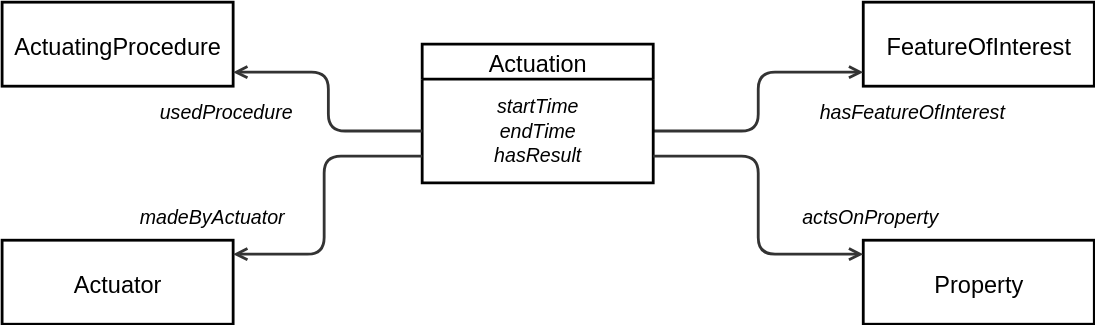
w3c/sdw-sosa-ssn keeps this draw.io diagram as ssn/images/Actuation-overview.svg. Above is the earlier version. Source tidied: cells renumbered, new cells last; positions are measured from the earlier drawing's top-left corner, leaving out a move shared by most shapes. Its diagram source:
```xml
<mxGraphModel>
  <root>
    <mxCell id="0" />
    <mxCell id="1" parent="0" />
    <mxCell id="2" value="FeatureOfInterest" style="html=1;overflow=block;blockSpacing=1;whiteSpace=wrap;fontSize=16.8;align=center;spacing=0;strokeOpacity=100;fillColor=none;strokeWidth=2;fontColor=default;convertToSvg=1;" parent="1" vertex="1">
      <mxGeometry x="615" width="165" height="60" as="geometry" />
    </mxCell>
    <mxCell id="3" value="ActuatingProcedure" style="html=1;overflow=block;blockSpacing=1;whiteSpace=wrap;fontSize=16.8;align=center;spacing=0;strokeOpacity=100;fillColor=none;strokeWidth=2;fontColor=default;convertToSvg=1;" parent="1" vertex="1">
      <mxGeometry width="165" height="60" as="geometry" />
    </mxCell>
    <mxCell id="4" style="html=1;jettySize=18;whiteSpace=wrap;fontSize=13;strokeColor=#333333;strokeOpacity=100;strokeWidth=2;rounded=1;arcSize=24;edgeStyle=orthogonalEdgeStyle;startArrow=none;endArrow=open;lucidId=~07gIvk_i6wY;fontColor=default;convertToSvg=1;" parent="1" edge="1" source="7" target="2">
      <mxGeometry relative="1" as="geometry">
        <Array as="points">
          <mxPoint x="540" y="92" />
          <mxPoint x="540" y="50" />
        </Array>
      </mxGeometry>
    </mxCell>
    <mxCell id="5" value="&lt;font style=&quot;font-size: 14px;&quot;&gt;hasFeatureOfInterest&lt;/font&gt;" style="html=1;overflow=block;blockSpacing=1;whiteSpace=wrap;fontSize=15.2;fontColor=default;fontStyle=2;align=center;spacing=0;strokeColor=none;strokeOpacity=100;fillOpacity=100;fillColor=none;strokeWidth=2;lucidId=o17gQQJ62XIS;convertToSvg=1;" parent="1" vertex="1">
      <mxGeometry x="560" y="54" width="180" height="45" as="geometry" />
    </mxCell>
    <mxCell id="6" value="Actuation" style="html=1;overflow=block;blockSpacing=1;swimlane;horizontal=1;fontStyle=0;swimlaneFillColor=none;startSize=25;whiteSpace=wrap;fontSize=16.8;align=center;spacing=0;strokeOpacity=100;fillColor=none;strokeWidth=2;fontColor=default;convertToSvg=1;" parent="1" vertex="1">
      <mxGeometry x="300" y="30" width="165" height="99" as="geometry" />
    </mxCell>
    <mxCell id="7" value="&lt;div style=&quot;display: flex; justify-content: center; text-align: center; align-items: baseline; line-height: 1.25; margin-top: -2px;&quot;&gt;&lt;span style=&quot;font-style: italic;&quot;&gt;&lt;font style=&quot;font-size: 14px;&quot;&gt;startTime&lt;br&gt;&lt;/font&gt;&lt;/span&gt;&lt;/div&gt;&lt;div style=&quot;display: flex; justify-content: center; text-align: center; align-items: baseline; line-height: 1.25; margin-top: -2px;&quot;&gt;&lt;span&gt;&lt;span style=&quot;font-style: italic;&quot;&gt;&lt;font style=&quot;font-size: 14px;&quot;&gt;endTime&lt;br&gt;&lt;/font&gt;&lt;/span&gt;&lt;/span&gt;&lt;/div&gt;&lt;div style=&quot;display: flex; justify-content: center; text-align: center; align-items: baseline; line-height: 1.25; margin-top: -2px;&quot;&gt;&lt;span style=&quot;font-style: italic;&quot;&gt;&lt;font style=&quot;font-size: 14px;&quot;&gt;hasResult&lt;/font&gt;&lt;/span&gt;&lt;/div&gt;" style="html=1;strokeColor=none;fillColor=none;verticalAlign=middle;spacingLeft=4;spacingRight=4;overflow=hidden;points=[[0,0.5],[1,0.5]];portConstraint=eastwest;swimlaneFillColor=#unset;strokeOpacity=100;whiteSpace=wrap;fontSize=15.2;fontStyle=2;align=center;fontColor=default;convertToSvg=1;strokeWidth=2;" parent="6" vertex="1">
      <mxGeometry y="25" width="165" height="74" as="geometry" />
    </mxCell>
    <mxCell id="8" value="Actuator" style="html=1;overflow=block;blockSpacing=1;whiteSpace=wrap;fontSize=16.8;align=center;spacing=0;strokeOpacity=100;fillColor=none;strokeWidth=2;fontColor=default;convertToSvg=1;" parent="1" vertex="1">
      <mxGeometry y="170" width="165" height="60" as="geometry" />
    </mxCell>
    <mxCell id="9" style="html=1;jettySize=18;whiteSpace=wrap;fontSize=13;strokeColor=#333333;strokeOpacity=100;strokeWidth=2;rounded=1;arcSize=24;edgeStyle=orthogonalEdgeStyle;startArrow=none;endArrow=open;lucidId=pEnhoM4dJrAu;fontColor=default;convertToSvg=1;" parent="1" edge="1" source="7" target="8">
      <mxGeometry relative="1" as="geometry">
        <Array as="points">
          <mxPoint x="230" y="110" />
          <mxPoint x="230" y="180" />
        </Array>
      </mxGeometry>
    </mxCell>
    <mxCell id="10" value="&lt;font style=&quot;font-size: 14px;&quot;&gt;madeByActuator&lt;/font&gt;" style="html=1;overflow=block;blockSpacing=1;whiteSpace=wrap;fontSize=15.2;fontColor=default;fontStyle=2;align=center;spacing=0;strokeColor=none;strokeOpacity=100;fillOpacity=100;fillColor=none;strokeWidth=2;lucidId=REnh4P5LXUKC;convertToSvg=1;" parent="1" vertex="1">
      <mxGeometry x="60" y="129" width="180" height="45" as="geometry" />
    </mxCell>
    <mxCell id="11" style="html=1;jettySize=18;whiteSpace=wrap;fontSize=13;strokeColor=#333333;strokeOpacity=100;strokeWidth=2;rounded=1;arcSize=24;edgeStyle=orthogonalEdgeStyle;startArrow=none;endArrow=open;lucidId=_EnhHLSaz8x5;fontColor=default;convertToSvg=1;" parent="1" edge="1" source="7" target="3">
      <mxGeometry relative="1" as="geometry">
        <Array as="points">
          <mxPoint x="233" y="92" />
          <mxPoint x="233" y="50" />
        </Array>
      </mxGeometry>
    </mxCell>
    <mxCell id="12" value="&lt;font style=&quot;font-size: 14px;&quot;&gt;usedProcedure&lt;/font&gt;" style="html=1;overflow=block;blockSpacing=1;whiteSpace=wrap;fontSize=15.2;fontColor=default;fontStyle=2;align=center;spacing=0;strokeColor=none;strokeOpacity=100;fillOpacity=100;fillColor=none;strokeWidth=2;lucidId=pFnhXCzcV6r5;convertToSvg=1;" parent="1" vertex="1">
      <mxGeometry x="70" y="54" width="180" height="45" as="geometry" />
    </mxCell>
    <mxCell id="13" value="Property" style="html=1;overflow=block;blockSpacing=1;whiteSpace=wrap;fontSize=16.8;align=center;spacing=0;strokeOpacity=100;fillColor=none;strokeWidth=2;fontColor=default;convertToSvg=1;" parent="1" vertex="1">
      <mxGeometry x="615" y="170" width="165" height="60" as="geometry" />
    </mxCell>
    <mxCell id="14" style="html=1;jettySize=18;whiteSpace=wrap;fontSize=13;strokeColor=#333333;strokeOpacity=100;strokeWidth=2;rounded=1;arcSize=24;edgeStyle=orthogonalEdgeStyle;startArrow=none;endArrow=open;lucidId=rHnhzhYCxNac;fontColor=default;convertToSvg=1;" parent="1" edge="1" source="7" target="13">
      <mxGeometry relative="1" as="geometry">
        <Array as="points">
          <mxPoint x="540" y="110" />
          <mxPoint x="540" y="180" />
        </Array>
      </mxGeometry>
    </mxCell>
    <mxCell id="15" value="&lt;font style=&quot;font-size: 14px;&quot;&gt;actsOnProperty&lt;/font&gt;" style="html=1;overflow=block;blockSpacing=1;whiteSpace=wrap;fontSize=15.2;fontColor=default;fontStyle=2;align=center;spacing=0;strokeColor=none;strokeOpacity=100;fillOpacity=100;fillColor=none;strokeWidth=2;lucidId=uHnhI1piTKAt;convertToSvg=1;" parent="1" vertex="1">
      <mxGeometry x="530" y="129" width="180" height="45" as="geometry" />
    </mxCell>
  </root>
</mxGraphModel>
```
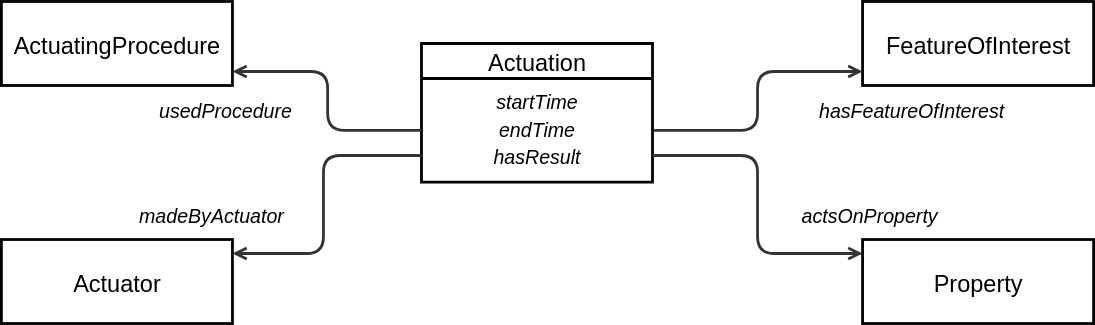
After the change.

What changed in the source:
```diff
@@ -22,7 +22,7 @@
     <mxCell id="6" value="Actuation" style="html=1;overflow=block;blockSpacing=1;swimlane;horizontal=1;fontStyle=0;swimlaneFillColor=none;startSize=25;whiteSpace=wrap;fontSize=16.8;align=center;spacing=0;strokeOpacity=100;fillColor=none;strokeWidth=2;fontColor=default;convertToSvg=1;" parent="1" vertex="1">
       <mxGeometry x="300" y="30" width="165" height="99" as="geometry" />
     </mxCell>
-    <mxCell id="7" value="&lt;div style=&quot;display: flex; justify-content: center; text-align: center; align-items: baseline; line-height: 1.25; margin-top: -2px;&quot;&gt;&lt;span style=&quot;font-style: italic;&quot;&gt;&lt;font style=&quot;font-size: 14px;&quot;&gt;startTime&lt;br&gt;&lt;/font&gt;&lt;/span&gt;&lt;/div&gt;&lt;div style=&quot;display: flex; justify-content: center; text-align: center; align-items: baseline; line-height: 1.25; margin-top: -2px;&quot;&gt;&lt;span&gt;&lt;span style=&quot;font-style: italic;&quot;&gt;&lt;font style=&quot;font-size: 14px;&quot;&gt;endTime&lt;br&gt;&lt;/font&gt;&lt;/span&gt;&lt;/span&gt;&lt;/div&gt;&lt;div style=&quot;display: flex; justify-content: center; text-align: center; align-items: baseline; line-height: 1.25; margin-top: -2px;&quot;&gt;&lt;span style=&quot;font-style: italic;&quot;&gt;&lt;font style=&quot;font-size: 14px;&quot;&gt;hasResult&lt;/font&gt;&lt;/span&gt;&lt;/div&gt;" style="html=1;strokeColor=none;fillColor=none;verticalAlign=middle;spacingLeft=4;spacingRight=4;overflow=hidden;points=[[0,0.5],[1,0.5]];portConstraint=eastwest;swimlaneFillColor=#unset;strokeOpacity=100;whiteSpace=wrap;fontSize=15.2;fontStyle=2;align=center;fontColor=default;convertToSvg=1;strokeWidth=2;" parent="6" vertex="1">
+    <mxCell id="7" value="&lt;div style=&quot;display: flex; justify-content: center; text-align: center; align-items: baseline; line-height: 1.25; margin-top: -2px;&quot;&gt;&lt;span style=&quot;font-style: italic;&quot;&gt;&lt;font style=&quot;font-size: 14px;&quot;&gt;startTime&lt;br&gt;&lt;/font&gt;&lt;span style=&quot;font-size: 14px; background-color: transparent; color: light-dark(rgb(0, 0, 0), rgb(255, 255, 255));&quot;&gt;endTime&lt;br&gt;&lt;/span&gt;&lt;span style=&quot;font-size: 14px; background-color: transparent; color: light-dark(rgb(0, 0, 0), rgb(255, 255, 255));&quot;&gt;hasResult&lt;/span&gt;&lt;/span&gt;&lt;/div&gt;" style="html=1;strokeColor=none;fillColor=none;verticalAlign=middle;spacingLeft=4;spacingRight=4;overflow=hidden;points=[[0,0.5],[1,0.5]];portConstraint=eastwest;swimlaneFillColor=#unset;strokeOpacity=100;whiteSpace=wrap;fontSize=15.2;fontStyle=2;align=center;fontColor=default;convertToSvg=1;strokeWidth=2;" parent="6" vertex="1">
       <mxGeometry y="25" width="165" height="74" as="geometry" />
     </mxCell>
     <mxCell id="8" value="Actuator" style="html=1;overflow=block;blockSpacing=1;whiteSpace=wrap;fontSize=16.8;align=center;spacing=0;strokeOpacity=100;fillColor=none;strokeWidth=2;fontColor=default;convertToSvg=1;" parent="1" vertex="1">
```
